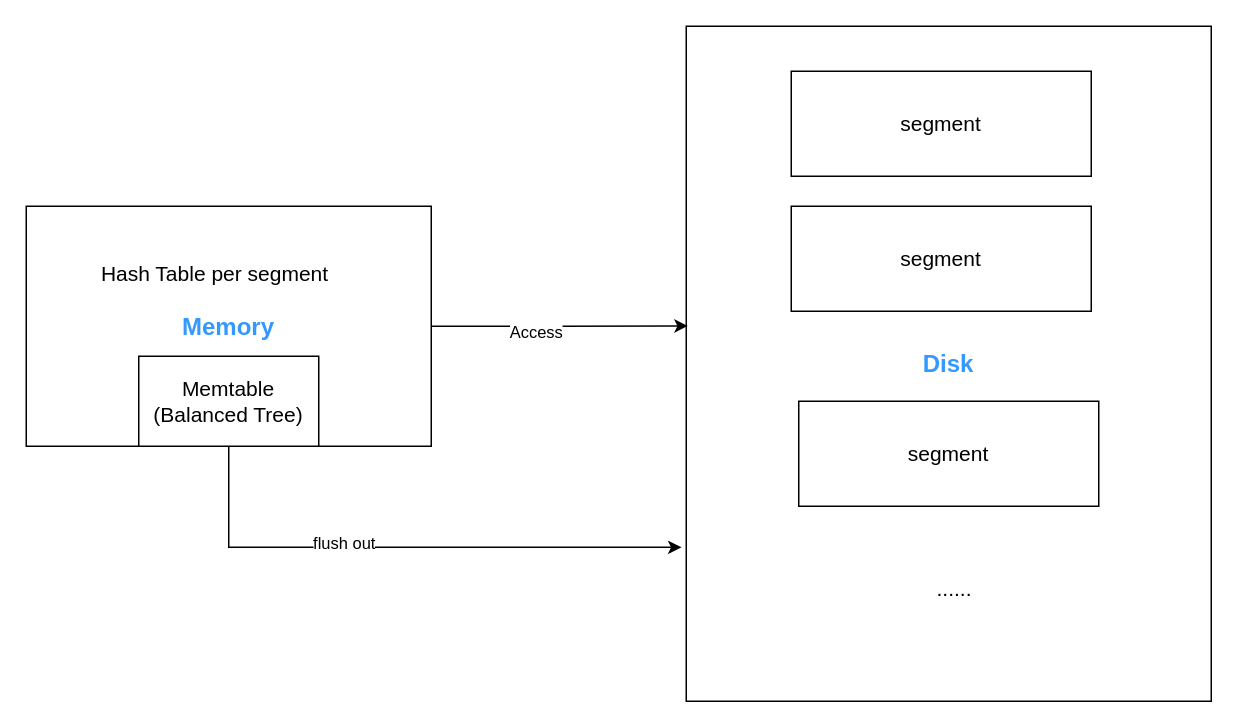
Earlier version of the draw.io diagram drawioImage/SSTable.drawio (NinaPeng-developer/ImageStorage). Source tidied: cells renumbered, new cells numbered last; positions are measured from the earlier drawing's top-left corner, leaving out a move shared by most shapes. Both pictures are drawn from the tidied source at 150%, with x=0, y=0 at pixel (26, 26).
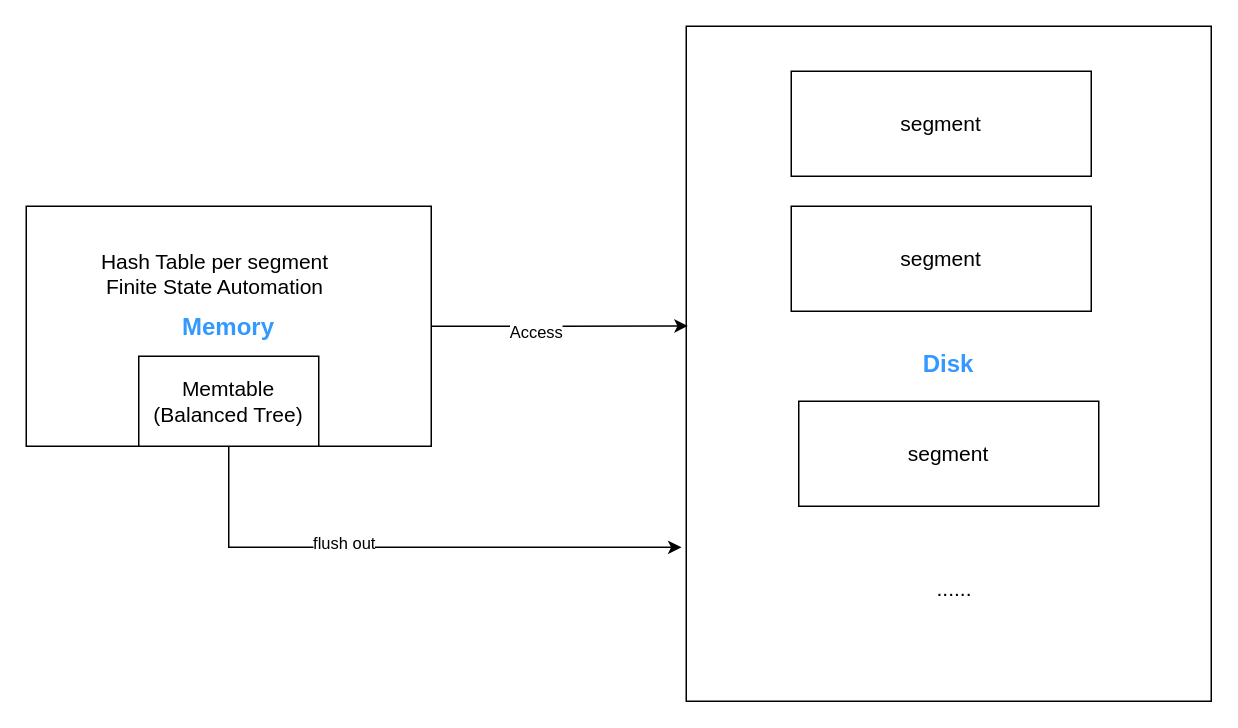
The same diagram, later.

Diff of the diagram source:
```diff
@@
 <mxGraphModel>
   <root>
     <mxCell id="0" />
     <mxCell id="1" parent="0" />
     <mxCell id="2" value="&lt;font color=&quot;#3399ff&quot; style=&quot;font-size: 16px;&quot;&gt;&lt;b&gt;Memory&lt;/b&gt;&lt;/font&gt;" style="rounded=0;whiteSpace=wrap;html=1;" parent="1" vertex="1">
       <mxGeometry y="120" width="270" height="160" as="geometry" />
     </mxCell>
-    <mxCell id="3" value="&lt;font style=&quot;font-size: 14px;&quot;&gt;Hash Table per segment&lt;/font&gt;" style="text;html=1;strokeColor=none;fillColor=none;align=center;verticalAlign=middle;whiteSpace=wrap;rounded=0;" parent="1" vertex="1">
+    <mxCell id="3" value="&lt;font style=&quot;font-size: 14px;&quot;&gt;Hash Table per segment&lt;br&gt;Finite State Automation&lt;br&gt;&lt;/font&gt;" style="text;html=1;strokeColor=none;fillColor=none;align=center;verticalAlign=middle;whiteSpace=wrap;rounded=0;" parent="1" vertex="1">
       <mxGeometry x="30" y="140" width="192.4" height="50" as="geometry" />
     </mxCell>
     <mxCell id="4" value="&lt;font color=&quot;#3399ff&quot; style=&quot;font-size: 16px;&quot;&gt;&lt;b&gt;Disk&lt;/b&gt;&lt;/font&gt;" style="rounded=0;whiteSpace=wrap;html=1;" parent="1" vertex="1">
       <mxGeometry x="440" width="350" height="450" as="geometry" />
     </mxCell>
     <mxCell id="5" value="&lt;font style=&quot;font-size: 14px;&quot;&gt;segment&lt;/font&gt;" style="rounded=0;whiteSpace=wrap;html=1;" parent="1" vertex="1">
       <mxGeometry x="510" y="30" width="200" height="70" as="geometry" />
     </mxCell>
     <mxCell id="6" value="&lt;font style=&quot;font-size: 14px;&quot;&gt;segment&lt;/font&gt;" style="rounded=0;whiteSpace=wrap;html=1;" parent="1" vertex="1">
       <mxGeometry x="510" y="120" width="200" height="70" as="geometry" />
     </mxCell>
     <mxCell id="7" value="&lt;font style=&quot;font-size: 14px;&quot;&gt;segment&lt;/font&gt;" style="rounded=0;whiteSpace=wrap;html=1;" parent="1" vertex="1">
       <mxGeometry x="515" y="250" width="200" height="70" as="geometry" />
     </mxCell>
     <mxCell id="8" value="&lt;span style=&quot;font-size: 14px;&quot;&gt;......&lt;/span&gt;" style="text;html=1;strokeColor=none;fillColor=none;align=center;verticalAlign=middle;whiteSpace=wrap;rounded=0;" parent="1" vertex="1">
       <mxGeometry x="522.6" y="350" width="192.4" height="50" as="geometry" />
     </mxCell>
     <mxCell id="9" style="edgeStyle=orthogonalEdgeStyle;rounded=0;jettySize=auto;html=1;entryX=0.003;entryY=0.444;entryDx=0;entryDy=0;entryPerimeter=0;" parent="1" edge="1" source="2" target="4">
       <mxGeometry relative="1" as="geometry" />
     </mxCell>
     <mxCell id="10" value="Access" style="edgeLabel;html=1;align=center;verticalAlign=middle;" parent="9" vertex="1">
       <mxGeometry x="-0.19" y="-3" relative="1" as="geometry" />
     </mxCell>
     <mxCell id="11" value="&lt;font style=&quot;font-size: 14px;&quot;&gt;Memtable&lt;br&gt;(Balanced Tree)&lt;/font&gt;" style="rounded=0;whiteSpace=wrap;html=1;" parent="1" vertex="1">
       <mxGeometry x="75" y="220" width="120" height="60" as="geometry" />
     </mxCell>
     <mxCell id="12" style="edgeStyle=orthogonalEdgeStyle;rounded=0;jettySize=auto;html=1;entryX=-0.009;entryY=0.772;entryDx=0;entryDy=0;entryPerimeter=0;exitX=0.5;exitY=1;exitDx=0;exitDy=0;" parent="1" edge="1" source="11" target="4">
       <mxGeometry relative="1" as="geometry">
         <Array as="points">
           <mxPoint x="135" y="347" />
         </Array>
       </mxGeometry>
     </mxCell>
     <mxCell id="13" value="flush out" style="edgeLabel;html=1;align=center;verticalAlign=middle;" parent="12" vertex="1">
       <mxGeometry x="-0.22" y="3" relative="1" as="geometry" />
     </mxCell>
   </root>
 </mxGraphModel>
```
